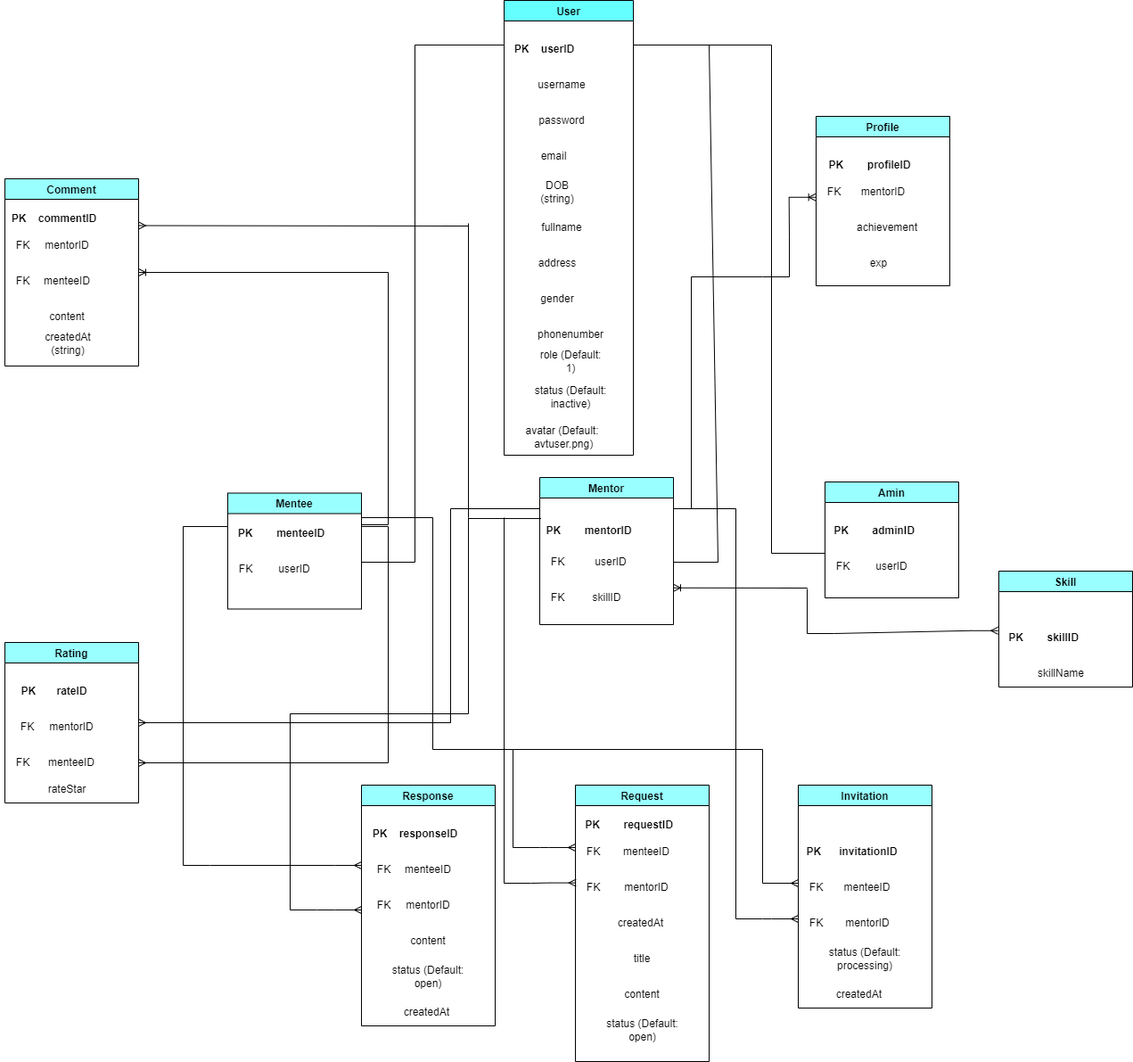
Earlier version of the draw.io export HappyProgramming_DB.drawio.png (dungdt23/SWP391_Document). Source tidied: cells renumbered, new cells last; positions are measured from the earlier drawing's top-left corner, leaving out a move shared by most shapes.
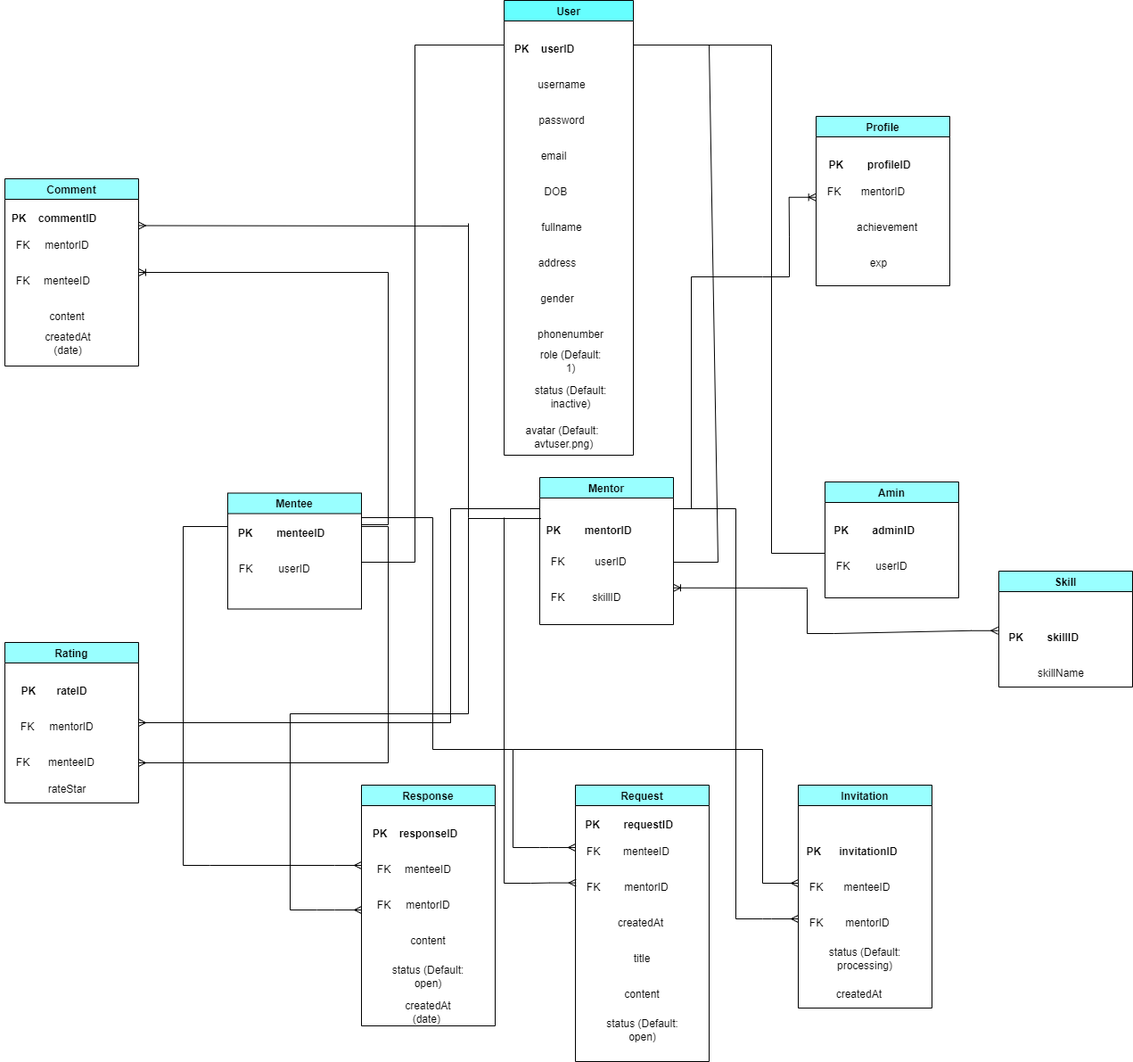
The same file after the commit.

Diff of the diagram source:
```diff
@@ -17,7 +17,7 @@
     <mxCell id="6" value="&amp;nbsp;email&lt;span style=&quot;white-space: pre;&quot;&gt;&#9;&lt;/span&gt;" style="text;html=1;strokeColor=none;fillColor=none;align=center;verticalAlign=middle;whiteSpace=wrap;rounded=0;" parent="2" vertex="1">
       <mxGeometry x="35" y="160" width="60" height="30" as="geometry" />
     </mxCell>
-    <mxCell id="7" value="DOB (string)" style="text;html=1;strokeColor=none;fillColor=none;align=center;verticalAlign=middle;whiteSpace=wrap;rounded=0;" parent="2" vertex="1">
+    <mxCell id="7" value="DOB&amp;nbsp;" style="text;html=1;strokeColor=none;fillColor=none;align=center;verticalAlign=middle;whiteSpace=wrap;rounded=0;" parent="2" vertex="1">
       <mxGeometry x="30" y="200" width="60" height="30" as="geometry" />
     </mxCell>
     <mxCell id="8" value="fullname" style="text;html=1;strokeColor=none;fillColor=none;align=center;verticalAlign=middle;whiteSpace=wrap;rounded=0;" parent="2" vertex="1">
@@ -191,7 +191,7 @@
     <mxCell id="64" value="status (Default: open)" style="text;html=1;strokeColor=none;fillColor=none;align=center;verticalAlign=middle;whiteSpace=wrap;rounded=0;" parent="57" vertex="1">
       <mxGeometry x="30" y="200" width="90" height="30" as="geometry" />
     </mxCell>
-    <mxCell id="65" value="createdAt&amp;nbsp;" style="text;html=1;strokeColor=none;fillColor=none;align=center;verticalAlign=middle;whiteSpace=wrap;rounded=0;" parent="57" vertex="1">
+    <mxCell id="65" value="createdAt&lt;br&gt;(date)&amp;nbsp;" style="text;html=1;strokeColor=none;fillColor=none;align=center;verticalAlign=middle;whiteSpace=wrap;rounded=0;" parent="57" vertex="1">
       <mxGeometry x="45" y="240" width="60" height="30" as="geometry" />
     </mxCell>
     <mxCell id="66" value="Comment" style="swimlane;fillColor=#99FFFF;" parent="1" vertex="1">
@@ -215,7 +215,7 @@
     <mxCell id="72" value="content" style="text;html=1;strokeColor=none;fillColor=none;align=center;verticalAlign=middle;whiteSpace=wrap;rounded=0;" parent="66" vertex="1">
       <mxGeometry x="40" y="140" width="60" height="30" as="geometry" />
     </mxCell>
-    <mxCell id="73" value="createdAt (string)" style="text;html=1;strokeColor=none;fillColor=none;align=center;verticalAlign=middle;whiteSpace=wrap;rounded=0;" parent="66" vertex="1">
+    <mxCell id="73" value="createdAt (date)" style="text;html=1;strokeColor=none;fillColor=none;align=center;verticalAlign=middle;whiteSpace=wrap;rounded=0;" parent="66" vertex="1">
       <mxGeometry x="41" y="170" width="60" height="30" as="geometry" />
     </mxCell>
     <mxCell id="74" value="Profile" style="swimlane;fillColor=#99FFFF;" parent="1" vertex="1">
```
